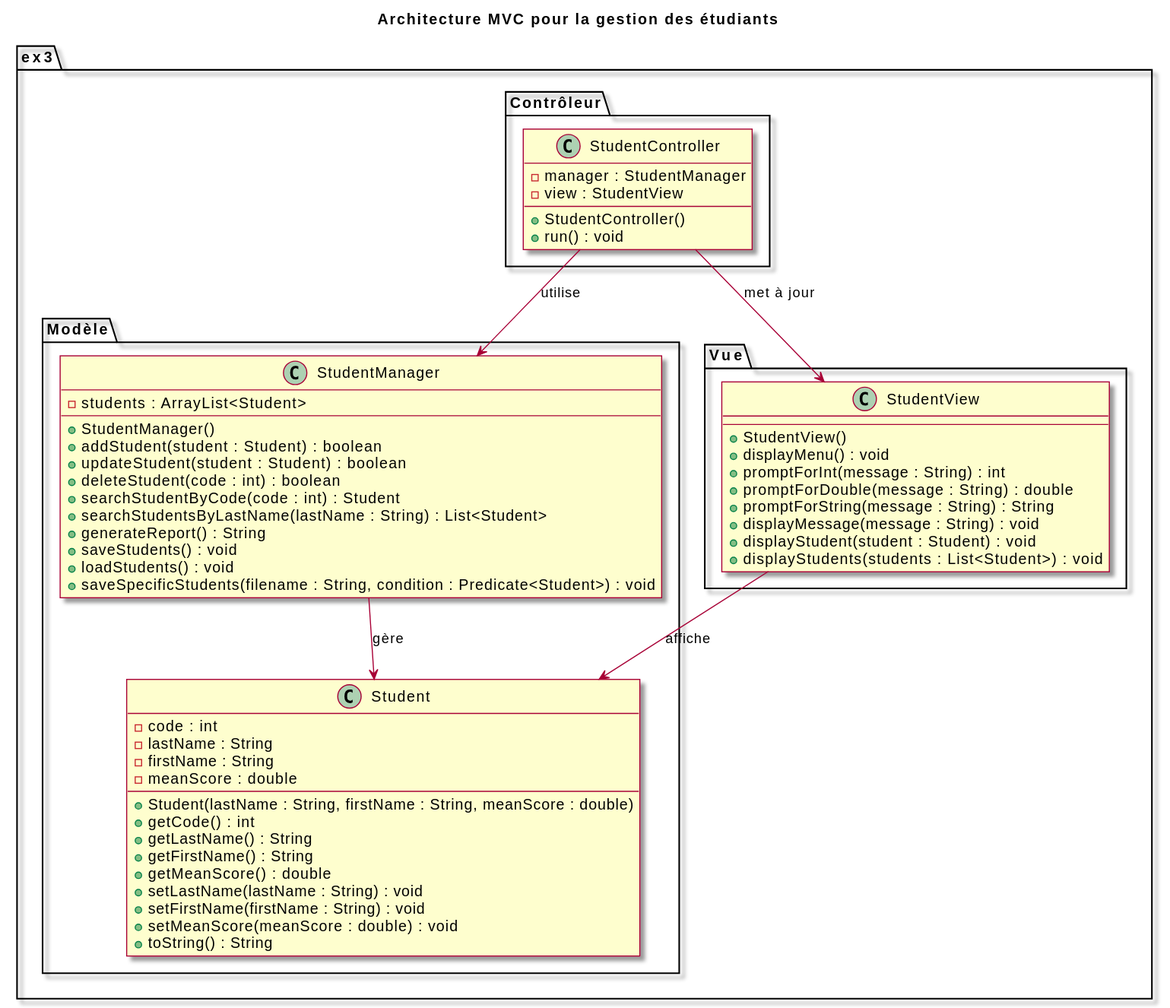
Earlier version of the PlantUML export ressources/diag-classes-ex3.svg (alainlebret/java-tp4-students). The source it was exported from:
```plantuml
@startuml
title Architecture MVC pour la gestion des étudiants

skin rose

package "ex3" {
package "Modèle" {
    class Student {
      - code : int
      - lastName : String
      - firstName : String
      - meanScore : double
      + Student(lastName : String, firstName : String, meanScore : double)
      + getCode() : int
      + getLastName() : String
      + getFirstName() : String
      + getMeanScore() : double
      + setLastName(lastName : String) : void
      + setFirstName(firstName : String) : void
      + setMeanScore(meanScore : double) : void
      + toString() : String
    }
    class StudentManager {
      - students : ArrayList<Student>
      + StudentManager()
      + addStudent(student : Student) : boolean
      + updateStudent(student : Student) : boolean
      + deleteStudent(code : int) : boolean
      + searchStudentByCode(code : int) : Student
      + searchStudentsByLastName(lastName : String) : List<Student>
      + generateReport() : String
      + saveStudents() : void
      + loadStudents() : void
      + saveSpecificStudents(filename : String, condition : Predicate<Student>) : void
    }
}

package "Vue" {
    class StudentView {
      + StudentView()
      + displayMenu() : void
      + promptForInt(message : String) : int
      + promptForDouble(message : String) : double
      + promptForString(message : String) : String
      + displayMessage(message : String) : void
      + displayStudent(student : Student) : void
      + displayStudents(students : List<Student>) : void
    }
}

package "Contrôleur" {
    class StudentController {
      - manager : StudentManager
      - view : StudentView
      + StudentController()
      + run() : void
    }
}
}

StudentController --> StudentManager : "utilise"
StudentController --> StudentView : "met à jour"
StudentManager --> Student : "gère"
StudentView --> Student : "affiche"
@enduml
```
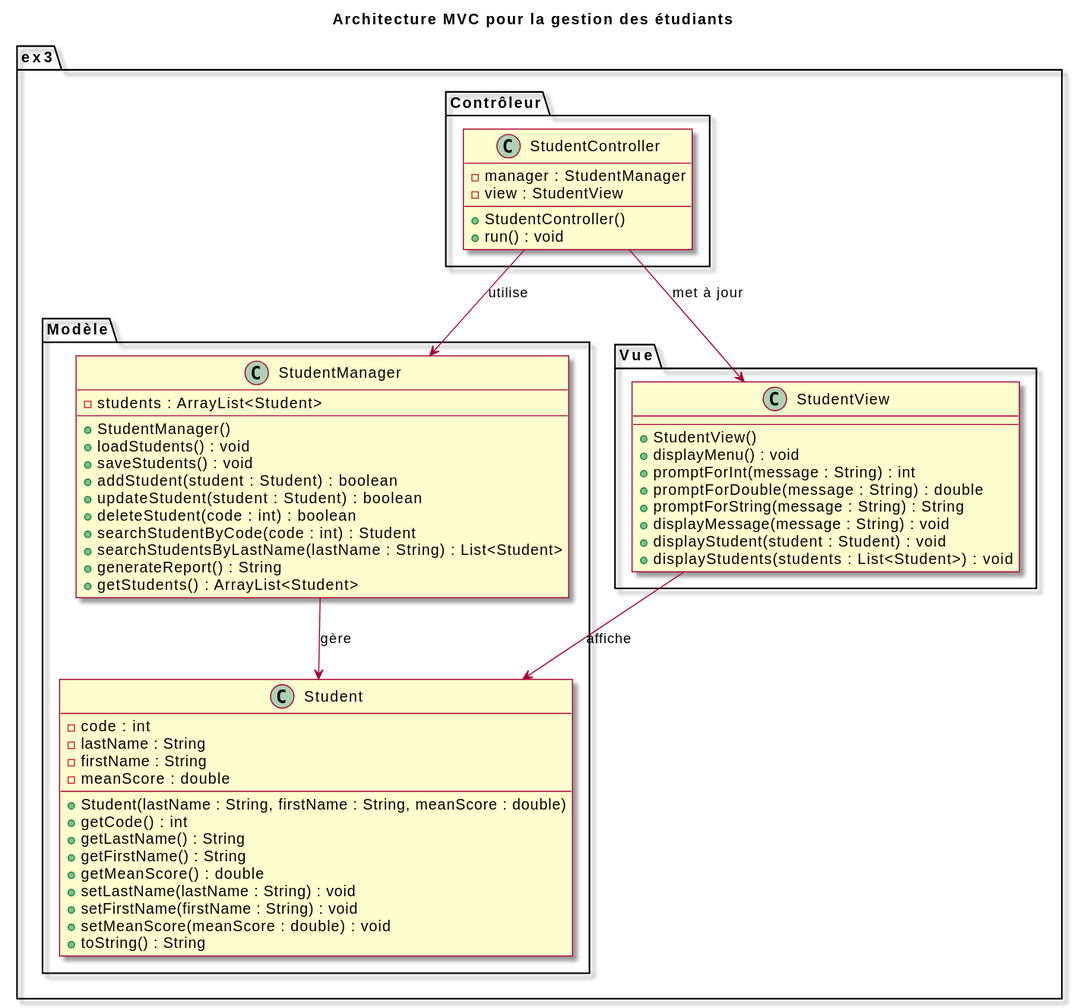
The same diagram one commit later.

Diff of the diagram source:
```diff
@@ -23,15 +23,15 @@
     class StudentManager {
       - students : ArrayList<Student>
       + StudentManager()
+      + loadStudents() : void
+      + saveStudents() : void
       + addStudent(student : Student) : boolean
       + updateStudent(student : Student) : boolean
       + deleteStudent(code : int) : boolean
       + searchStudentByCode(code : int) : Student
       + searchStudentsByLastName(lastName : String) : List<Student>
       + generateReport() : String
-      + saveStudents() : void
-      + loadStudents() : void
-      + saveSpecificStudents(filename : String, condition : Predicate<Student>) : void
+      + getStudents() : ArrayList<Student>
     }
 }
 
```
